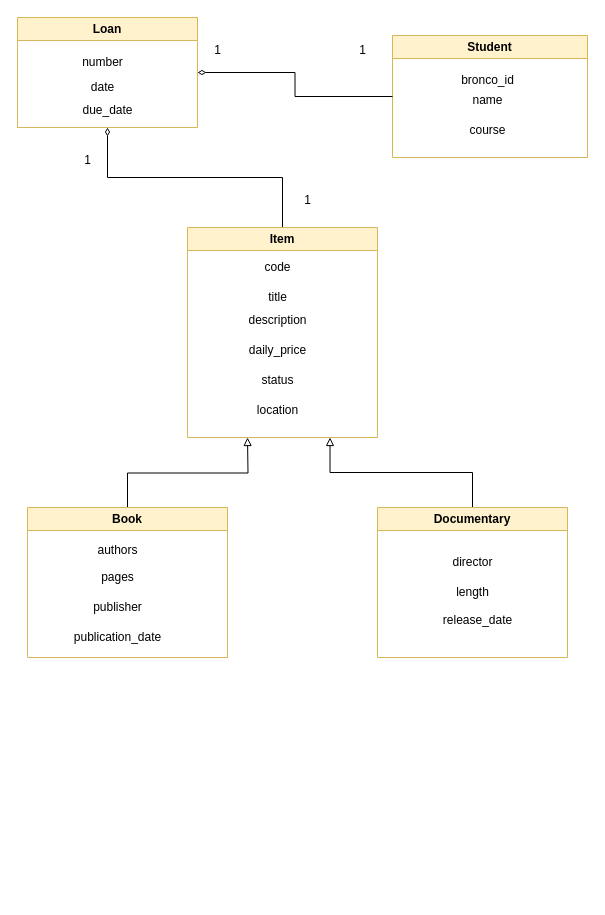
The draw.io diagram src/main/Diagrams/Domain Model/Domain Diagram.drawio in Noah-B-Reef/CS-3560-Final-Project, before the edit. Source tidied: cells renumbered, new cells numbered last; positions are measured from the earlier drawing's top-left corner, leaving out a move shared by most shapes. Both pictures are drawn from the tidied source at 100%, with x=0, y=0 at pixel (17, 17).
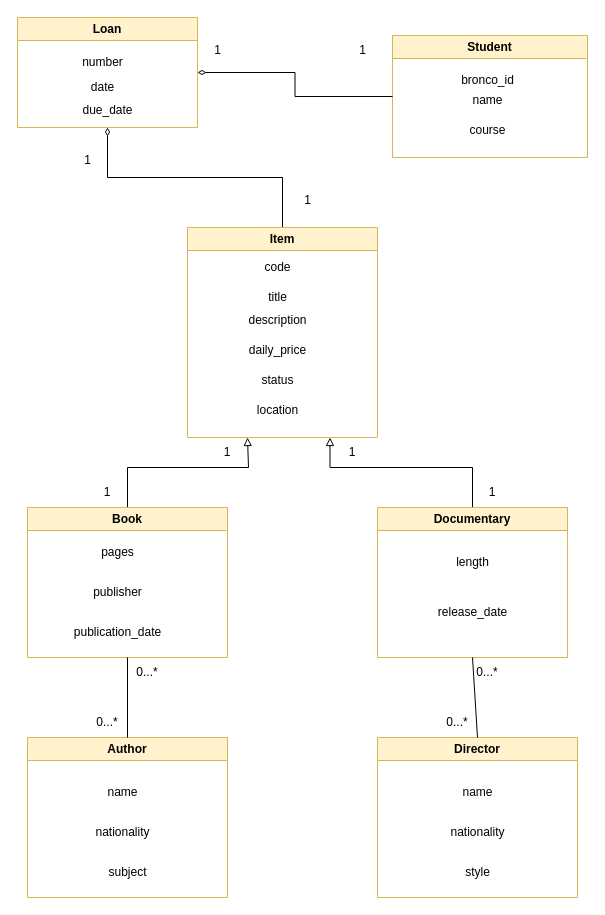
The same diagram, later.

Commit message (it also covers changes not shown here):
Updated domain and erd models to include author and director as well as updated relationship.s

Unchanged cells that the change refers to:
```xml
<mxCell id="7" value="Book" style="swimlane;whiteSpace=wrap;html=1;fillColor=#fff2cc;strokeColor=#d6b656;" parent="1" vertex="1">
  <mxGeometry x="10" y="490" width="200" height="150" as="geometry" />
</mxCell>
<mxCell id="12" value="Documentary" style="swimlane;whiteSpace=wrap;html=1;fillColor=#fff2cc;strokeColor=#d6b656;" parent="1" vertex="1">
  <mxGeometry x="360" y="490" width="190" height="150" as="geometry" />
</mxCell>
<mxCell id="21" value="Item" style="swimlane;whiteSpace=wrap;html=1;fillColor=#fff2cc;strokeColor=#d6b656;" parent="1" vertex="1">
  <mxGeometry x="170" y="210" width="190" height="210" as="geometry" />
</mxCell>
```

What changed in the source:
```diff
@@
     <mxCell id="6" style="edgeStyle=orthogonalEdgeStyle;rounded=0;jettySize=auto;html=1;exitX=0.5;exitY=0;exitDx=0;exitDy=0;endArrow=block;endFill=0;" parent="1" edge="1" source="7">
       <mxGeometry relative="1" as="geometry">
         <mxPoint x="230" y="420" as="targetPoint" />
+        <Array as="points">
+          <mxPoint x="110" y="450" />
+          <mxPoint x="231" y="450" />
+        </Array>
       </mxGeometry>
     </mxCell>
@@
     <mxCell id="8" value="pages" style="text;html=1;align=center;verticalAlign=middle;strokeColor=none;fillColor=none;" parent="7" vertex="1">
-      <mxGeometry x="60" y="55" width="60" height="30" as="geometry" />
+      <mxGeometry x="60" y="30" width="60" height="30" as="geometry" />
     </mxCell>
     <mxCell id="9" value="publisher" style="text;html=1;align=center;verticalAlign=middle;strokeColor=none;fillColor=none;" parent="7" vertex="1">
-      <mxGeometry x="55" y="85" width="70" height="30" as="geometry" />
+      <mxGeometry x="55" y="70" width="70" height="30" as="geometry" />
     </mxCell>
     <mxCell id="10" value="publication_date" style="text;html=1;align=center;verticalAlign=middle;strokeColor=none;fillColor=none;" parent="7" vertex="1">
-      <mxGeometry x="35" y="115" width="110" height="30" as="geometry" />
+      <mxGeometry x="35" y="110" width="110" height="30" as="geometry" />
     </mxCell>
     <mxCell id="11" style="edgeStyle=orthogonalEdgeStyle;rounded=0;jettySize=auto;html=1;exitX=0.5;exitY=0;exitDx=0;exitDy=0;entryX=0.75;entryY=1;entryDx=0;entryDy=0;endArrow=block;endFill=0;" parent="1" edge="1" source="12" target="21">
-      <mxGeometry relative="1" as="geometry" />
+      <mxGeometry relative="1" as="geometry">
+        <Array as="points">
+          <mxPoint x="455" y="450" />
+          <mxPoint x="313" y="450" />
+        </Array>
+      </mxGeometry>
     </mxCell>
@@
-    <mxCell id="13" value="director" style="text;html=1;align=center;verticalAlign=middle;strokeColor=none;fillColor=none;" parent="12" vertex="1">
-      <mxGeometry x="65" y="40" width="60" height="30" as="geometry" />
-    </mxCell>
     <mxCell id="14" value="length" style="text;html=1;align=center;verticalAlign=middle;strokeColor=none;fillColor=none;" parent="12" vertex="1">
-      <mxGeometry x="65" y="70" width="60" height="30" as="geometry" />
+      <mxGeometry x="65" y="40" width="60" height="30" as="geometry" />
     </mxCell>
+    <mxCell id="29" value="release_date" style="text;html=1;align=center;verticalAlign=middle;strokeColor=none;fillColor=none;" parent="12" vertex="1">
+      <mxGeometry x="50" y="90" width="90" height="30" as="geometry" />
+    </mxCell>
@@
-    <mxCell id="28" value="authors" style="text;html=1;align=center;verticalAlign=middle;strokeColor=none;fillColor=none;" parent="1" vertex="1">
-      <mxGeometry x="70" y="518" width="60" height="30" as="geometry" />
-    </mxCell>
-    <mxCell id="29" value="release_date" style="text;html=1;align=center;verticalAlign=middle;strokeColor=none;fillColor=none;" parent="1" vertex="1">
-      <mxGeometry x="415" y="588" width="90" height="30" as="geometry" />
-    </mxCell>
@@
+    <mxCell id="34" value="Author" style="swimlane;whiteSpace=wrap;html=1;fillColor=#fff2cc;strokeColor=#d6b656;" parent="1" vertex="1">
+      <mxGeometry x="10" y="720" width="200" height="160" as="geometry" />
+    </mxCell>
+    <mxCell id="35" value="name" style="text;html=1;align=center;verticalAlign=middle;strokeColor=none;fillColor=none;" parent="34" vertex="1">
+      <mxGeometry x="70" y="40" width="50" height="30" as="geometry" />
+    </mxCell>
+    <mxCell id="36" value="nationality" style="text;html=1;align=center;verticalAlign=middle;strokeColor=none;fillColor=none;" parent="34" vertex="1">
+      <mxGeometry x="55" y="80" width="80" height="30" as="geometry" />
+    </mxCell>
+    <mxCell id="37" value="subject" style="text;html=1;align=center;verticalAlign=middle;strokeColor=none;fillColor=none;" parent="34" vertex="1">
+      <mxGeometry x="70" y="120" width="60" height="30" as="geometry" />
+    </mxCell>
+    <mxCell id="38" value="Director" style="swimlane;whiteSpace=wrap;html=1;fillColor=#fff2cc;strokeColor=#d6b656;startSize=23;" parent="1" vertex="1">
+      <mxGeometry x="360" y="720" width="200" height="160" as="geometry" />
+    </mxCell>
+    <mxCell id="39" value="name" style="text;html=1;align=center;verticalAlign=middle;strokeColor=none;fillColor=none;" parent="38" vertex="1">
+      <mxGeometry x="75" y="40" width="50" height="30" as="geometry" />
+    </mxCell>
+    <mxCell id="40" value="nationality" style="text;html=1;align=center;verticalAlign=middle;strokeColor=none;fillColor=none;" parent="38" vertex="1">
+      <mxGeometry x="60" y="80" width="80" height="30" as="geometry" />
+    </mxCell>
+    <mxCell id="41" value="style" style="text;html=1;align=center;verticalAlign=middle;strokeColor=none;fillColor=none;" parent="38" vertex="1">
+      <mxGeometry x="75" y="120" width="50" height="30" as="geometry" />
+    </mxCell>
+    <mxCell id="42" style="endArrow=none;html=1;rounded=0;entryX=0.5;entryY=1;entryDx=0;entryDy=0;" parent="1" edge="1" target="7">
+      <mxGeometry relative="1" as="geometry">
+        <mxPoint x="110" y="720" as="sourcePoint" />
+      </mxGeometry>
+    </mxCell>
+    <mxCell id="43" style="endArrow=none;html=1;rounded=0;entryX=0.5;entryY=1;entryDx=0;entryDy=0;" parent="1" edge="1" target="12">
+      <mxGeometry relative="1" as="geometry">
+        <mxPoint x="460" y="720" as="sourcePoint" />
+      </mxGeometry>
+    </mxCell>
+    <mxCell id="44" value="0...*" style="text;html=1;strokeColor=none;fillColor=none;align=center;verticalAlign=middle;whiteSpace=wrap;rounded=0;" parent="1" vertex="1">
+      <mxGeometry x="100" y="640" width="60" height="30" as="geometry" />
+    </mxCell>
+    <mxCell id="45" value="0...*" style="text;html=1;strokeColor=none;fillColor=none;align=center;verticalAlign=middle;whiteSpace=wrap;rounded=0;" parent="1" vertex="1">
+      <mxGeometry x="440" y="640" width="60" height="30" as="geometry" />
+    </mxCell>
+    <mxCell id="46" value="0...*" style="text;html=1;strokeColor=none;fillColor=none;align=center;verticalAlign=middle;whiteSpace=wrap;rounded=0;" parent="1" vertex="1">
+      <mxGeometry x="60" y="690" width="60" height="30" as="geometry" />
+    </mxCell>
+    <mxCell id="47" value="0...*" style="text;html=1;strokeColor=none;fillColor=none;align=center;verticalAlign=middle;whiteSpace=wrap;rounded=0;" parent="1" vertex="1">
+      <mxGeometry x="410" y="690" width="60" height="30" as="geometry" />
+    </mxCell>
+    <mxCell id="48" value="1" style="text;html=1;strokeColor=none;fillColor=none;align=center;verticalAlign=middle;whiteSpace=wrap;rounded=0;" parent="1" vertex="1">
+      <mxGeometry x="180" y="420" width="60" height="30" as="geometry" />
+    </mxCell>
+    <mxCell id="49" value="1" style="text;html=1;strokeColor=none;fillColor=none;align=center;verticalAlign=middle;whiteSpace=wrap;rounded=0;" parent="1" vertex="1">
+      <mxGeometry x="60" y="460" width="60" height="30" as="geometry" />
+    </mxCell>
+    <mxCell id="50" value="1" style="text;html=1;strokeColor=none;fillColor=none;align=center;verticalAlign=middle;whiteSpace=wrap;rounded=0;" parent="1" vertex="1">
+      <mxGeometry x="305" y="420" width="60" height="30" as="geometry" />
+    </mxCell>
+    <mxCell id="51" value="1" style="text;html=1;strokeColor=none;fillColor=none;align=center;verticalAlign=middle;whiteSpace=wrap;rounded=0;" parent="1" vertex="1">
+      <mxGeometry x="445" y="460" width="60" height="30" as="geometry" />
+    </mxCell>
```
